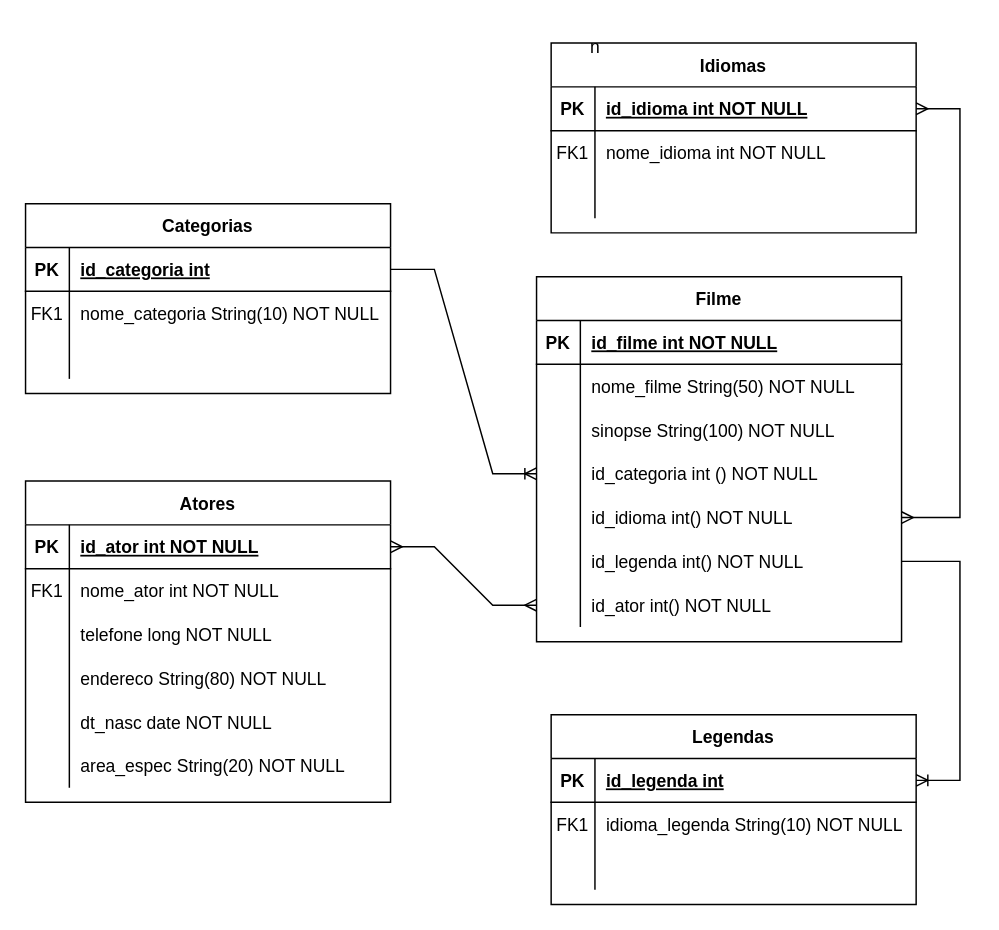
Above: catalogo_filmes.drawio in adrianopspadilha/BDR-W (draw.io), before the change. Source tidied: cells renumbered, new cells numbered last; positions are measured from the earlier drawing's top-left corner, leaving out a move shared by most shapes. Both pictures are drawn from the tidied source at 146%, with x=0, y=0 at pixel (25, 25).
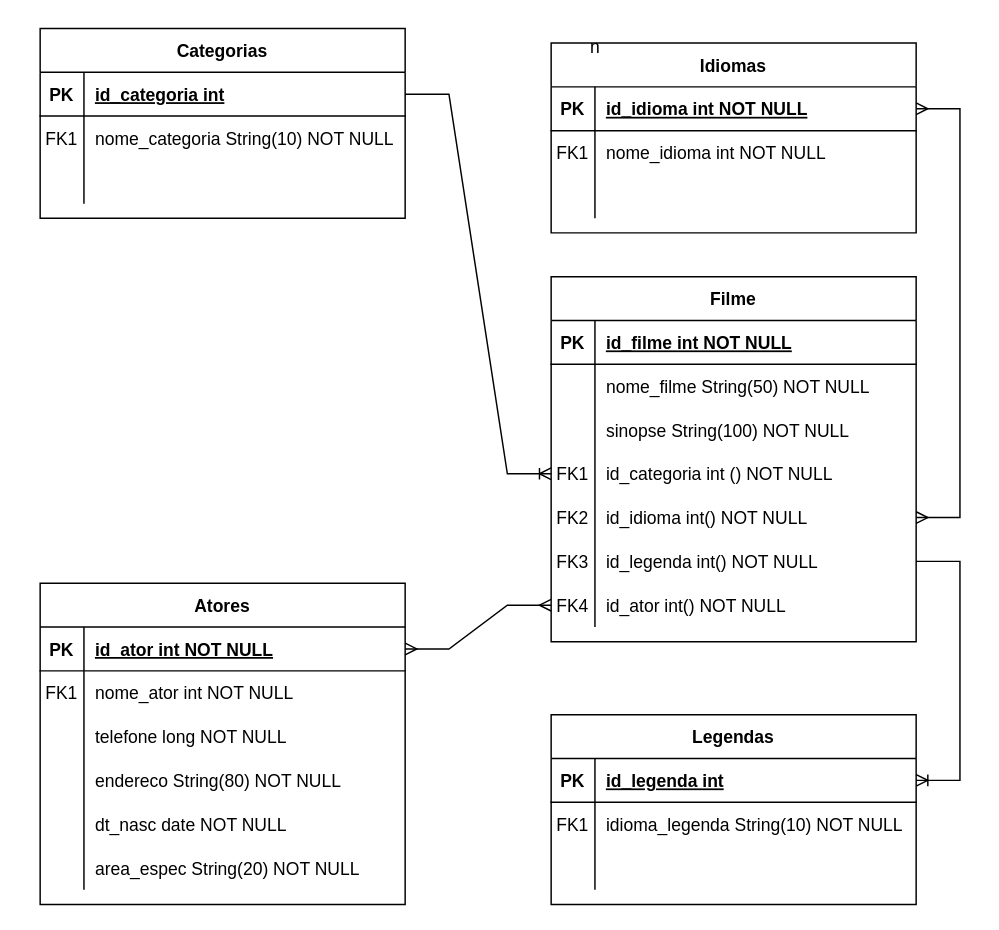
The same diagram, later.

Unchanged cells that the change refers to:
```xml
<mxCell id="41" style="shape=partialRectangle;fillColor=none;points=[[0,0.5],[1,0.5]];portConstraint=eastwest;top=0;left=0;right=0;bottom=0;" parent="31" vertex="1">
  <mxGeometry y="120" width="250" height="30" as="geometry" />
</mxCell>
<mxCell id="44" style="shape=partialRectangle;fillColor=none;points=[[0,0.5],[1,0.5]];portConstraint=eastwest;top=0;left=0;right=0;bottom=0;" parent="31" vertex="1">
  <mxGeometry y="150" width="250" height="30" as="geometry" />
</mxCell>
<mxCell id="47" style="shape=partialRectangle;fillColor=none;points=[[0,0.5],[1,0.5]];portConstraint=eastwest;top=0;left=0;right=0;bottom=0;" parent="31" vertex="1">
  <mxGeometry y="180" width="250" height="30" as="geometry" />
</mxCell>
<mxCell id="50" style="shape=partialRectangle;fillColor=none;points=[[0,0.5],[1,0.5]];portConstraint=eastwest;top=0;left=0;right=0;bottom=0;" parent="31" vertex="1">
  <mxGeometry y="210" width="250" height="30" as="geometry" />
</mxCell>
```

Change to the diagram source:
```diff
@@
     <mxCell id="2" value="Atores" style="shape=table;startSize=30;childLayout=tableLayout;rowLines=0;fontStyle=1;align=center;" parent="1" vertex="1">
-      <mxGeometry y="312" width="250" height="220" as="geometry" />
+      <mxGeometry x="10" y="382" width="250" height="220" as="geometry" />
     </mxCell>
@@
     <mxCell id="31" value="Filme" style="shape=table;startSize=30;childLayout=tableLayout;rowLines=0;fontStyle=1;align=center;" parent="1" vertex="1">
-      <mxGeometry x="350" y="172" width="250" height="250" as="geometry" />
+      <mxGeometry x="360" y="172" width="250" height="250" as="geometry" />
     </mxCell>
@@
-    <mxCell id="42" style="shape=partialRectangle;overflow=hidden;fillColor=none;top=0;left=0;bottom=0;right=0;" parent="41" vertex="1">
+    <mxCell id="42" value="FK1" style="shape=partialRectangle;overflow=hidden;fillColor=none;top=0;left=0;bottom=0;right=0;" parent="41" vertex="1">
       <mxGeometry width="30" height="30" as="geometry" />
     </mxCell>
@@
-    <mxCell id="45" style="shape=partialRectangle;overflow=hidden;fillColor=none;top=0;left=0;bottom=0;right=0;" parent="44" vertex="1">
+    <mxCell id="45" value="FK2" style="shape=partialRectangle;overflow=hidden;fillColor=none;top=0;left=0;bottom=0;right=0;" parent="44" vertex="1">
       <mxGeometry width="30" height="30" as="geometry" />
     </mxCell>
@@
-    <mxCell id="48" style="shape=partialRectangle;overflow=hidden;fillColor=none;top=0;left=0;bottom=0;right=0;" parent="47" vertex="1">
+    <mxCell id="48" value="FK3" style="shape=partialRectangle;overflow=hidden;fillColor=none;top=0;left=0;bottom=0;right=0;" parent="47" vertex="1">
       <mxGeometry width="30" height="30" as="geometry" />
     </mxCell>
@@
-    <mxCell id="51" style="shape=partialRectangle;overflow=hidden;fillColor=none;top=0;left=0;bottom=0;right=0;" parent="50" vertex="1">
+    <mxCell id="51" value="FK4" style="shape=partialRectangle;overflow=hidden;fillColor=none;top=0;left=0;bottom=0;right=0;" parent="50" vertex="1">
       <mxGeometry width="30" height="30" as="geometry" />
     </mxCell>
@@
     <mxCell id="63" value="Categorias" style="shape=table;startSize=30;childLayout=tableLayout;rowLines=0;fontStyle=1;align=center;" parent="1" vertex="1">
-      <mxGeometry y="122" width="250" height="130" as="geometry" />
+      <mxGeometry x="10" y="2" width="250" height="130" as="geometry" />
     </mxCell>
```
